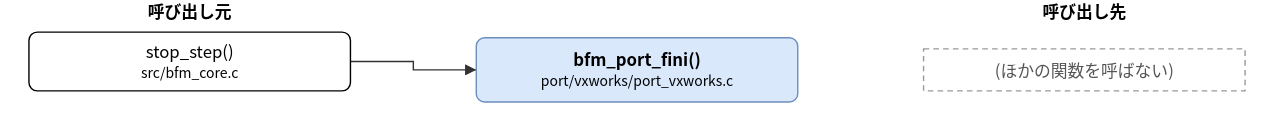
Above: doc/spec/images/call_port_vxworks_port_vxworks-bfm_port_fini.drawio.svg in hf355051012-ai/bfmem (draw.io), before the change. Source tidied: cells renumbered, new cells last; positions are measured from the earlier drawing's top-left corner, leaving out a move shared by most shapes.
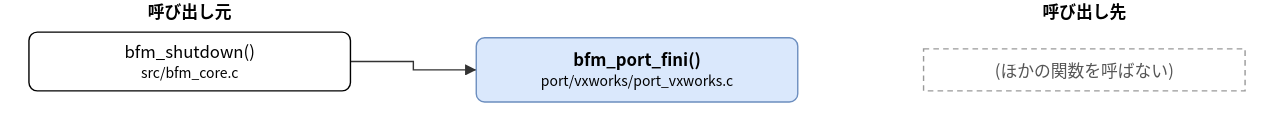
Later version of the same file.

The edit, as a diff of the source:
```diff
@@ -5,7 +5,7 @@
     <mxCell id="2" value="bfm_port_fini()&lt;br&gt;&lt;font style=&quot;font-size:10px&quot;&gt;port/vxworks/port_vxworks.c&lt;/font&gt;" style="rounded=1;whiteSpace=wrap;html=1;fillColor=#dae8fc;strokeColor=#6c8ebf;fontStyle=1;" parent="1" vertex="1">
       <mxGeometry x="320" y="27" width="230" height="46" as="geometry" />
     </mxCell>
-    <mxCell id="3" value="stop_step()&lt;br&gt;&lt;font style=&quot;font-size:10px&quot;&gt;src/bfm_core.c&lt;/font&gt;" style="rounded=1;whiteSpace=wrap;html=1;" parent="1" vertex="1">
+    <mxCell id="3" value="bfm_shutdown()&lt;br&gt;&lt;font style=&quot;font-size:10px&quot;&gt;src/bfm_core.c&lt;/font&gt;" style="rounded=1;whiteSpace=wrap;html=1;" parent="1" vertex="1">
       <mxGeometry y="23" width="230" height="42" as="geometry" />
     </mxCell>
     <mxCell id="4" value="(ほかの関数を呼ばない)" style="rounded=0;whiteSpace=wrap;html=1;dashed=1;strokeColor=#999999;fontColor=#555555;dashed=1;" parent="1" vertex="1">
```
